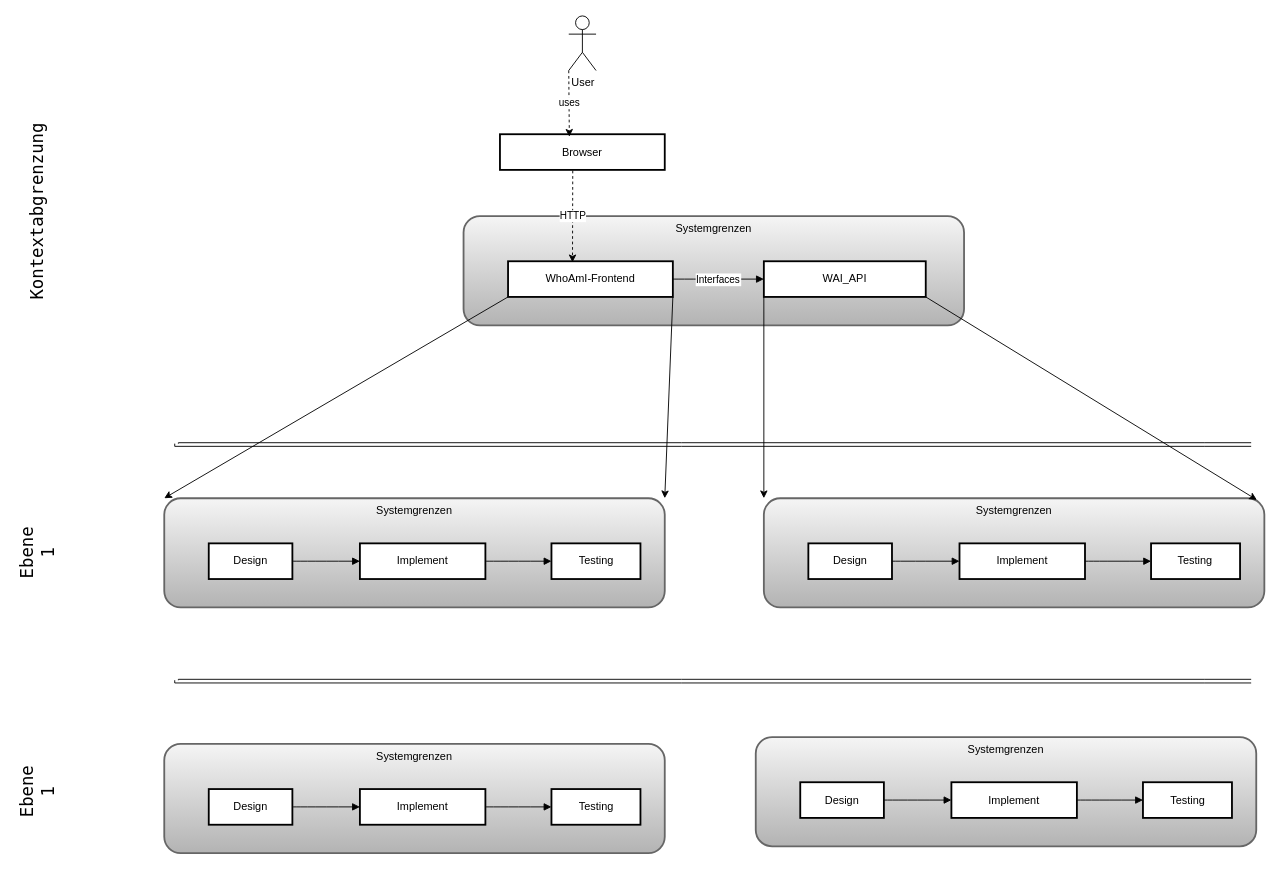
Earlier version of the draw.io diagram Unbenanntes Diagramm.drawio (studPe/WhoAmI). Source tidied: cells renumbered, new cells numbered last; positions are measured from the earlier drawing's top-left corner, leaving out a move shared by most shapes. Both pictures are drawn from the tidied source at 91%, with x=0, y=0 at pixel (9, 15).
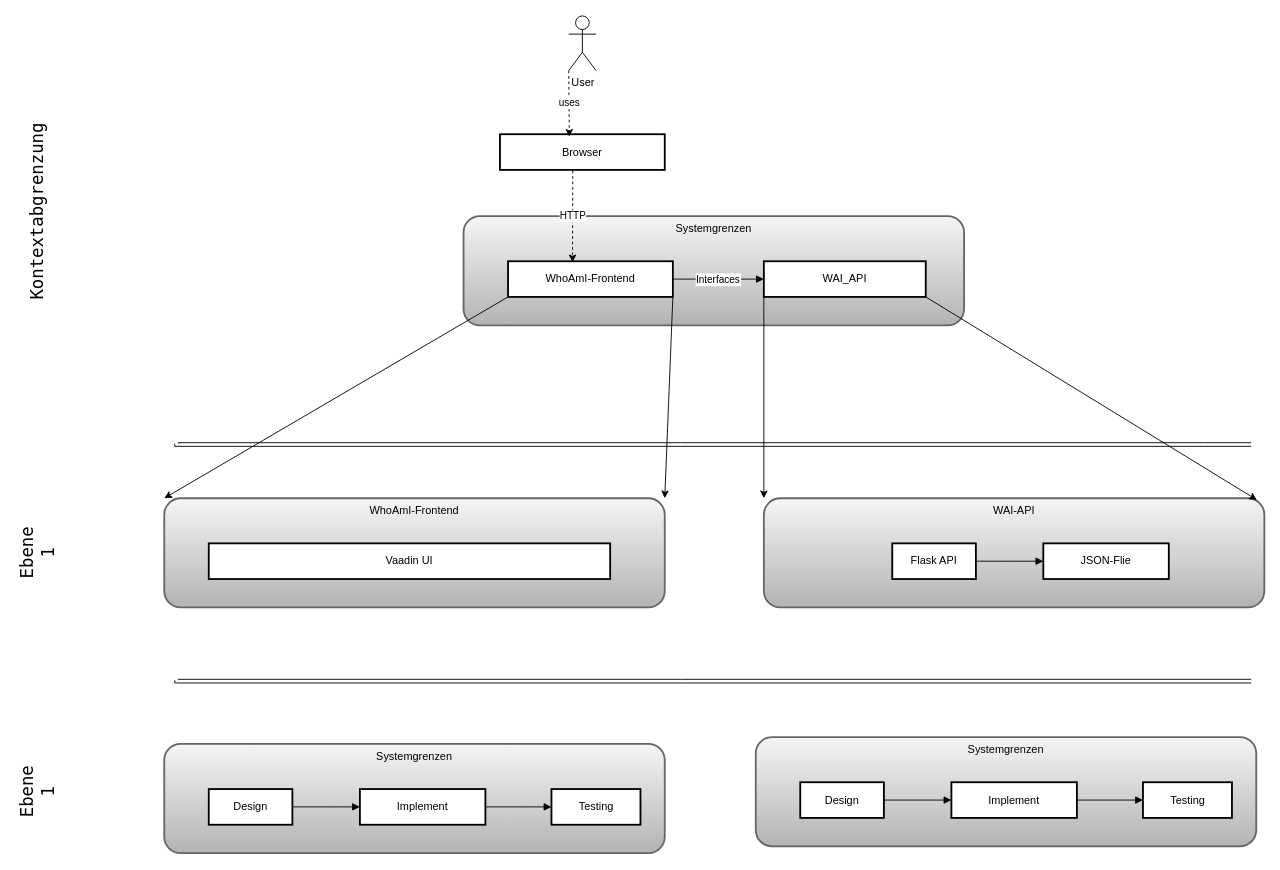
Above is the later version.

Commit message:
WhiteBoc Diagramm.drawio aktualisiert

Change to the diagram source:
```diff
@@
-    <mxCell id="8" value="Systemgrenzen" style="whiteSpace=wrap;strokeWidth=2;verticalAlign=top;fillColor=#f5f5f5;gradientColor=#b3b3b3;strokeColor=#666666;rounded=1;" parent="1" vertex="1">
+    <mxCell id="8" value="WhoAmI-Frontend" style="whiteSpace=wrap;strokeWidth=2;verticalAlign=top;fillColor=#f5f5f5;gradientColor=#b3b3b3;strokeColor=#666666;rounded=1;" parent="1" vertex="1">
       <mxGeometry x="170" y="530" width="550" height="120" as="geometry" />
     </mxCell>
-    <mxCell id="9" value="Implement" style="whiteSpace=wrap;strokeWidth=2;" parent="8" vertex="1">
-      <mxGeometry x="215" y="49.6" width="137.9" height="39.2" as="geometry" />
-    </mxCell>
-    <mxCell id="10" value="Design" style="whiteSpace=wrap;strokeWidth=2;" parent="8" vertex="1">
-      <mxGeometry x="48.9" y="49.6" width="91.9" height="39.2" as="geometry" />
+    <mxCell id="10" value="Vaadin UI" style="whiteSpace=wrap;strokeWidth=2;" parent="8" vertex="1">
+      <mxGeometry x="48.9" y="49.6" width="441.1" height="39.2" as="geometry" />
     </mxCell>
-    <mxCell id="11" value="Testing" style="whiteSpace=wrap;strokeWidth=2;" parent="8" vertex="1">
-      <mxGeometry x="425.5" y="49.6" width="97.8" height="39.2" as="geometry" />
-    </mxCell>
-    <mxCell id="12" style="curved=1;startArrow=none;endArrow=block;exitX=0.99;exitY=0.5;entryX=0;entryY=0.5;" parent="8" edge="1" source="10" target="9">
-      <mxGeometry relative="1" as="geometry" />
-    </mxCell>
-    <mxCell id="13" style="curved=1;startArrow=none;endArrow=block;exitX=0.99;exitY=0.5;entryX=0.01;entryY=0.5;" parent="8" edge="1" source="9" target="11">
-      <mxGeometry relative="1" as="geometry" />
-    </mxCell>
-    <mxCell id="14" value="Systemgrenzen" style="whiteSpace=wrap;strokeWidth=2;verticalAlign=top;fillColor=#f5f5f5;gradientColor=#b3b3b3;strokeColor=#666666;rounded=1;" parent="1" vertex="1">
+    <mxCell id="14" value="WAI-API" style="whiteSpace=wrap;strokeWidth=2;verticalAlign=top;fillColor=#f5f5f5;gradientColor=#b3b3b3;strokeColor=#666666;rounded=1;" parent="1" vertex="1">
       <mxGeometry x="828.9" y="530" width="550" height="120" as="geometry" />
     </mxCell>
-    <mxCell id="15" value="Implement" style="whiteSpace=wrap;strokeWidth=2;" parent="14" vertex="1">
-      <mxGeometry x="215" y="49.6" width="137.9" height="39.2" as="geometry" />
+    <mxCell id="15" value="JSON-Flie" style="whiteSpace=wrap;strokeWidth=2;" parent="14" vertex="1">
+      <mxGeometry x="307.1" y="49.6" width="137.9" height="39.2" as="geometry" />
     </mxCell>
-    <mxCell id="16" value="Design" style="whiteSpace=wrap;strokeWidth=2;" parent="14" vertex="1">
-      <mxGeometry x="48.9" y="49.6" width="91.9" height="39.2" as="geometry" />
+    <mxCell id="16" value="Flask API" style="whiteSpace=wrap;strokeWidth=2;" parent="14" vertex="1">
+      <mxGeometry x="141.1" y="49.6" width="91.9" height="39.2" as="geometry" />
     </mxCell>
-    <mxCell id="17" value="Testing" style="whiteSpace=wrap;strokeWidth=2;" parent="14" vertex="1">
-      <mxGeometry x="425.5" y="49.6" width="97.8" height="39.2" as="geometry" />
-    </mxCell>
@@
-    <mxCell id="19" style="curved=1;startArrow=none;endArrow=block;exitX=0.99;exitY=0.5;entryX=0.01;entryY=0.5;" parent="14" edge="1" source="15" target="17">
-      <mxGeometry relative="1" as="geometry" />
-    </mxCell>
```
